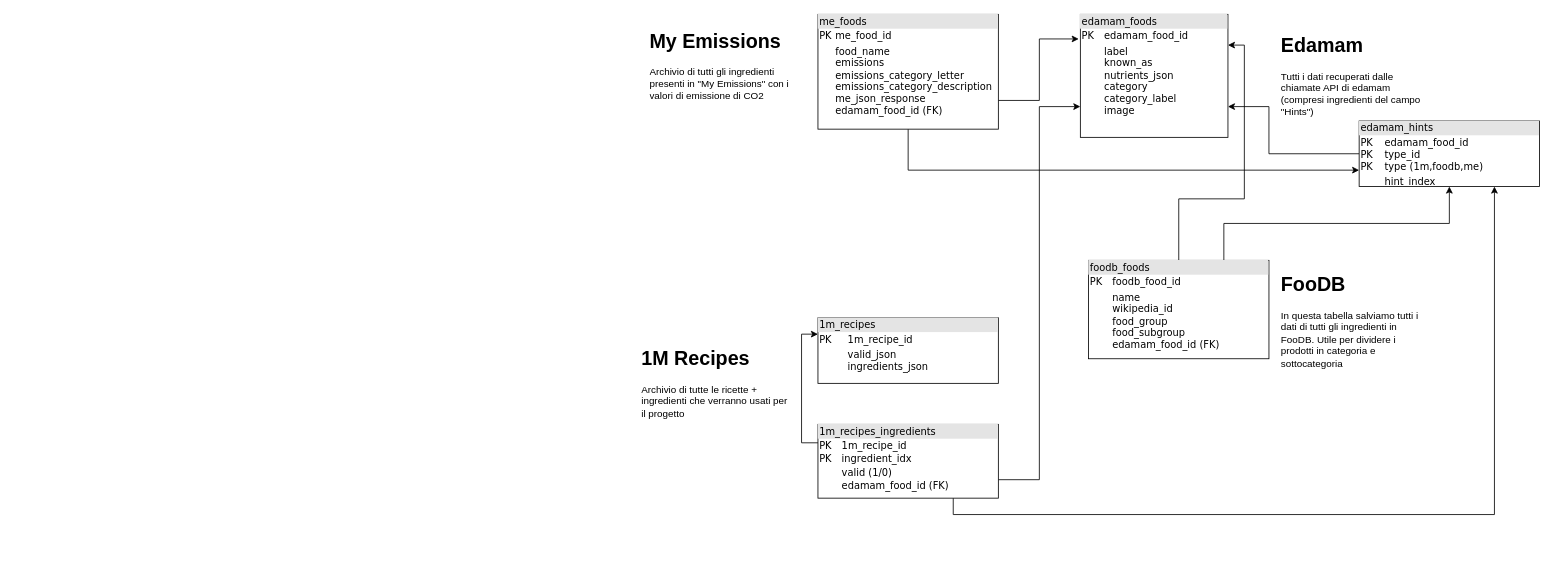
Above: dataset/schema.drawio in mfusillo98/exam-semantics-for-intelligent-systems (draw.io), before the change. Source tidied: cells renumbered, new cells numbered last; positions are measured from the earlier drawing's top-left corner, leaving out a move shared by most shapes. Both pictures are drawn from the tidied source at 82%, with x=0, y=0 at pixel (637, 14).
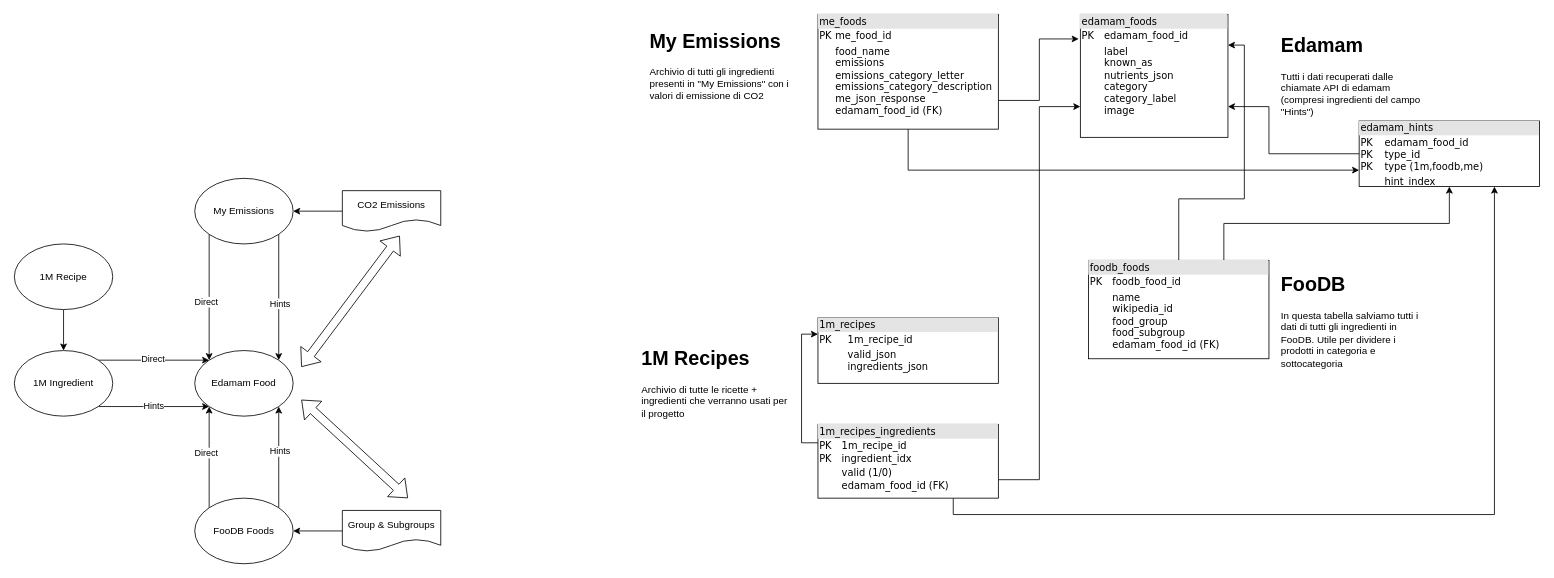
The same page after the edit.

Commit message (it also covers changes not shown here):
+ Script per fetch ingredienti edamam per foodb

Change to the diagram source:
```diff
@@
+    <mxCell id="20" style="edgeStyle=orthogonalEdgeStyle;rounded=0;jettySize=auto;html=1;exitX=0.5;exitY=1;exitDx=0;exitDy=0;entryX=0.5;entryY=0;entryDx=0;entryDy=0;" parent="1" edge="1" source="21" target="25">
+      <mxGeometry relative="1" as="geometry" />
+    </mxCell>
+    <mxCell id="21" value="1M Recipe" style="ellipse;whiteSpace=wrap;html=1;" parent="1" vertex="1">
+      <mxGeometry x="-760" y="280" width="120" height="80" as="geometry" />
+    </mxCell>
+    <mxCell id="22" style="edgeStyle=orthogonalEdgeStyle;rounded=0;jettySize=auto;html=1;exitX=1;exitY=0;exitDx=0;exitDy=0;entryX=0;entryY=0;entryDx=0;entryDy=0;" parent="1" edge="1" source="25" target="26">
+      <mxGeometry relative="1" as="geometry" />
+    </mxCell>
+    <mxCell id="23" value="Direct" style="edgeLabel;html=1;align=center;verticalAlign=middle;" parent="22" vertex="1">
+      <mxGeometry x="-0.02" y="2" relative="1" as="geometry" />
+    </mxCell>
+    <mxCell id="24" value="Hints" style="edgeStyle=orthogonalEdgeStyle;rounded=0;jettySize=auto;html=1;exitX=1;exitY=1;exitDx=0;exitDy=0;entryX=0;entryY=1;entryDx=0;entryDy=0;" parent="1" edge="1" source="25" target="26">
+      <mxGeometry relative="1" as="geometry" />
+    </mxCell>
+    <mxCell id="25" value="1M Ingredient" style="ellipse;whiteSpace=wrap;html=1;" parent="1" vertex="1">
+      <mxGeometry x="-760" y="410" width="120" height="80" as="geometry" />
+    </mxCell>
+    <mxCell id="26" value="Edamam Food" style="ellipse;whiteSpace=wrap;html=1;" parent="1" vertex="1">
+      <mxGeometry x="-540" y="410" width="120" height="80" as="geometry" />
+    </mxCell>
+    <mxCell id="27" style="edgeStyle=orthogonalEdgeStyle;rounded=0;jettySize=auto;html=1;exitX=0;exitY=1;exitDx=0;exitDy=0;entryX=0;entryY=0;entryDx=0;entryDy=0;" parent="1" edge="1" source="31" target="26">
+      <mxGeometry relative="1" as="geometry" />
+    </mxCell>
+    <mxCell id="28" value="Direct" style="edgeLabel;html=1;align=center;verticalAlign=middle;" parent="27" vertex="1">
+      <mxGeometry x="0.07" y="-4" relative="1" as="geometry" />
+    </mxCell>
+    <mxCell id="29" style="edgeStyle=orthogonalEdgeStyle;rounded=0;jettySize=auto;html=1;exitX=1;exitY=1;exitDx=0;exitDy=0;entryX=1;entryY=0;entryDx=0;entryDy=0;" parent="1" edge="1" source="31" target="26">
+      <mxGeometry relative="1" as="geometry" />
+    </mxCell>
+    <mxCell id="30" value="Hints" style="edgeLabel;html=1;align=center;verticalAlign=middle;" parent="29" vertex="1">
+      <mxGeometry x="0.1" y="1" relative="1" as="geometry" />
+    </mxCell>
+    <mxCell id="31" value="My Emissions" style="ellipse;whiteSpace=wrap;html=1;" parent="1" vertex="1">
+      <mxGeometry x="-540" y="200" width="120" height="80" as="geometry" />
+    </mxCell>
+    <mxCell id="32" style="edgeStyle=orthogonalEdgeStyle;rounded=0;jettySize=auto;html=1;exitX=0;exitY=0;exitDx=0;exitDy=0;entryX=0;entryY=1;entryDx=0;entryDy=0;" parent="1" edge="1" source="36" target="26">
+      <mxGeometry relative="1" as="geometry" />
+    </mxCell>
+    <mxCell id="33" value="Direct" style="edgeLabel;html=1;align=center;verticalAlign=middle;" parent="32" vertex="1">
+      <mxGeometry x="0.08" y="4" relative="1" as="geometry" />
+    </mxCell>
+    <mxCell id="34" style="edgeStyle=orthogonalEdgeStyle;rounded=0;jettySize=auto;html=1;exitX=1;exitY=0;exitDx=0;exitDy=0;entryX=1;entryY=1;entryDx=0;entryDy=0;" parent="1" edge="1" source="36" target="26">
+      <mxGeometry relative="1" as="geometry" />
+    </mxCell>
+    <mxCell id="35" value="Hints" style="edgeLabel;html=1;align=center;verticalAlign=middle;" parent="34" vertex="1">
+      <mxGeometry x="0.12" y="-1" relative="1" as="geometry" />
+    </mxCell>
+    <mxCell id="36" value="FooDB Foods" style="ellipse;whiteSpace=wrap;html=1;" parent="1" vertex="1">
+      <mxGeometry x="-540" y="590" width="120" height="80" as="geometry" />
+    </mxCell>
+    <mxCell id="37" style="edgeStyle=orthogonalEdgeStyle;rounded=0;jettySize=auto;html=1;entryX=1;entryY=0.5;entryDx=0;entryDy=0;" parent="1" edge="1" source="38" target="36">
+      <mxGeometry relative="1" as="geometry" />
+    </mxCell>
+    <mxCell id="38" value="Group &amp;amp; Subgroups" style="shape=document;whiteSpace=wrap;html=1;boundedLbl=1;" parent="1" vertex="1">
+      <mxGeometry x="-360" y="605" width="120" height="50" as="geometry" />
+    </mxCell>
+    <mxCell id="39" style="edgeStyle=orthogonalEdgeStyle;rounded=0;jettySize=auto;html=1;entryX=1;entryY=0.5;entryDx=0;entryDy=0;" parent="1" edge="1" source="40" target="31">
+      <mxGeometry relative="1" as="geometry" />
+    </mxCell>
+    <mxCell id="40" value="CO2 Emissions" style="shape=document;whiteSpace=wrap;html=1;boundedLbl=1;" parent="1" vertex="1">
+      <mxGeometry x="-360" y="215" width="120" height="50" as="geometry" />
+    </mxCell>
+    <mxCell id="41" style="shape=flexArrow;endArrow=classic;startArrow=classic;html=1;rounded=0;elbow=vertical;" parent="1" edge="1">
+      <mxGeometry relative="1" as="geometry">
+        <mxPoint x="-410" y="430" as="sourcePoint" />
+        <mxPoint x="-290" y="270" as="targetPoint" />
+      </mxGeometry>
+    </mxCell>
+    <mxCell id="42" style="shape=flexArrow;endArrow=classic;startArrow=classic;html=1;rounded=0;elbow=vertical;" parent="1" edge="1">
+      <mxGeometry relative="1" as="geometry">
+        <mxPoint x="-280" y="590" as="sourcePoint" />
+        <mxPoint x="-410" y="470" as="targetPoint" />
+      </mxGeometry>
+    </mxCell>
```
